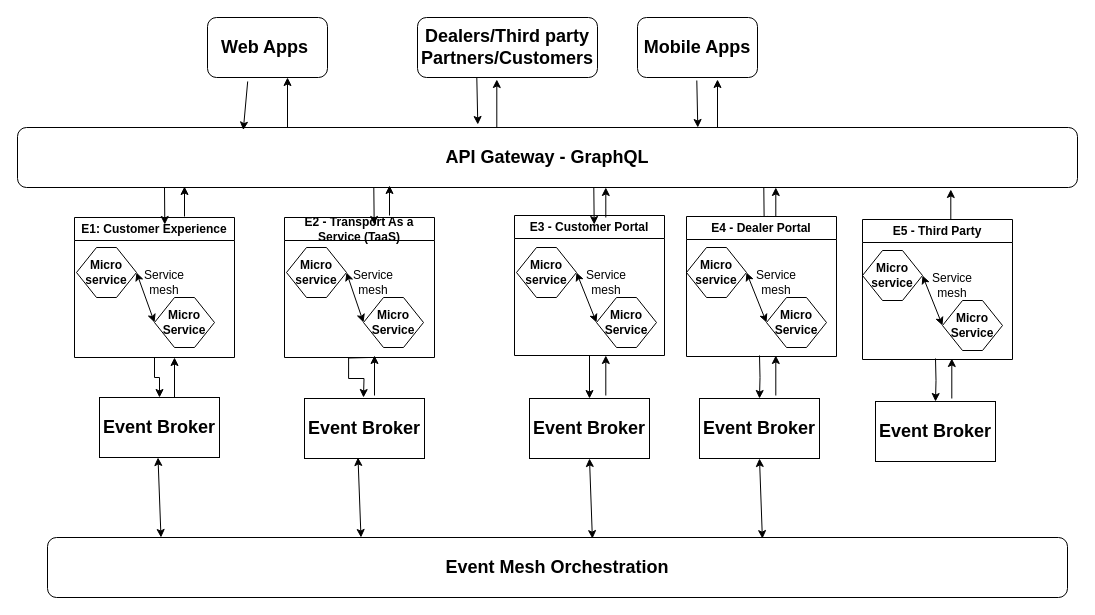
Earlier version of the draw.io diagram Untitled Diagram.drawio (atheeswaran/Dissertation_VehicleAPIPlatform). Source tidied: cells renumbered, new cells numbered last; positions are measured from the earlier drawing's top-left corner, leaving out a move shared by most shapes. Both pictures are drawn from the tidied source at 100%, with x=0, y=0 at pixel (17, 17).
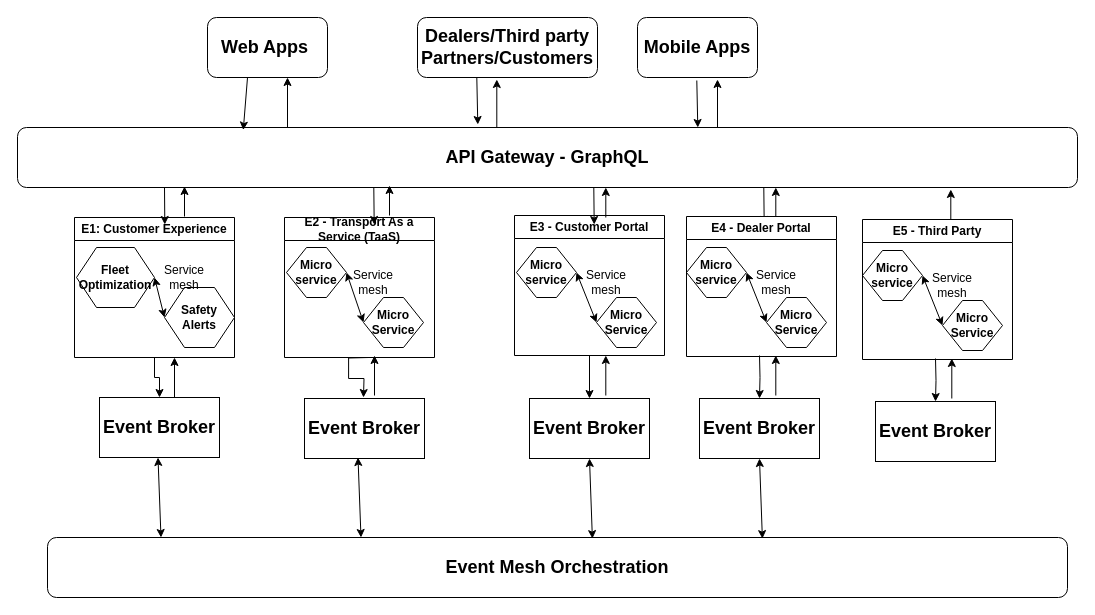
Above is the later version.

Unchanged cells that the change refers to:
```xml
<mxCell id="2" value="&lt;b&gt;&lt;font style=&quot;font-size: 18px;&quot;&gt;API Gateway - GraphQL&lt;/font&gt;&lt;/b&gt;" style="rounded=1;whiteSpace=wrap;html=1;" parent="1" vertex="1">
  <mxGeometry y="110" width="1060" height="60" as="geometry" />
</mxCell>
<mxCell id="3" value="&lt;b&gt;&lt;font style=&quot;font-size: 18px;&quot;&gt;Web Apps&amp;nbsp;&lt;/font&gt;&lt;/b&gt;" style="rounded=1;whiteSpace=wrap;html=1;" parent="1" vertex="1">
  <mxGeometry x="190" width="120" height="60" as="geometry" />
</mxCell>
<mxCell id="7" value="E1: Customer Experience" style="swimlane;whiteSpace=wrap;html=1;" parent="1" vertex="1">
  <mxGeometry x="57" y="200" width="160" height="140" as="geometry" />
</mxCell>
```

What changed in the source:
```diff
@@
-    <mxCell id="8" value="&lt;b&gt;Micro&lt;br&gt;service&lt;/b&gt;" style="shape=hexagon;perimeter=hexagonPerimeter2;whiteSpace=wrap;html=1;fixedSize=1;" parent="7" vertex="1">
-      <mxGeometry x="2" y="30" width="60" height="50" as="geometry" />
+    <mxCell id="8" value="&lt;b&gt;Fleet Optimization&lt;/b&gt;" style="shape=hexagon;perimeter=hexagonPerimeter2;whiteSpace=wrap;html=1;fixedSize=1;" parent="7" vertex="1">
+      <mxGeometry x="2" y="30" width="78" height="60" as="geometry" />
     </mxCell>
-    <mxCell id="9" value="&lt;b&gt;Micro&lt;br&gt;Service&lt;/b&gt;" style="shape=hexagon;perimeter=hexagonPerimeter2;whiteSpace=wrap;html=1;fixedSize=1;" parent="7" vertex="1">
-      <mxGeometry x="80" y="80" width="60" height="50" as="geometry" />
+    <mxCell id="9" value="&lt;b&gt;Safety Alerts&lt;/b&gt;" style="shape=hexagon;perimeter=hexagonPerimeter2;whiteSpace=wrap;html=1;fixedSize=1;" parent="7" vertex="1">
+      <mxGeometry x="90" y="70" width="70" height="60" as="geometry" />
     </mxCell>
@@
     <mxCell id="11" value="Service mesh" style="text;html=1;strokeColor=none;fillColor=none;align=center;verticalAlign=middle;whiteSpace=wrap;rounded=0;" parent="7" vertex="1">
-      <mxGeometry x="60" y="50" width="60" height="30" as="geometry" />
+      <mxGeometry x="80" y="45" width="60" height="30" as="geometry" />
     </mxCell>
@@
-    <mxCell id="20" style="endArrow=classic;html=1;rounded=0;exitX=0.335;exitY=1.066;exitDx=0;exitDy=0;entryX=0.213;entryY=0.043;entryDx=0;entryDy=0;entryPerimeter=0;exitPerimeter=0;" parent="1" edge="1" source="3" target="2">
-      <mxGeometry relative="1" as="geometry" />
+    <mxCell id="20" style="endArrow=classic;html=1;rounded=0;entryX=0.213;entryY=0.043;entryDx=0;entryDy=0;entryPerimeter=0;" parent="1" edge="1" target="2">
+      <mxGeometry relative="1" as="geometry">
+        <mxPoint x="230" y="60" as="sourcePoint" />
+      </mxGeometry>
     </mxCell>
```
